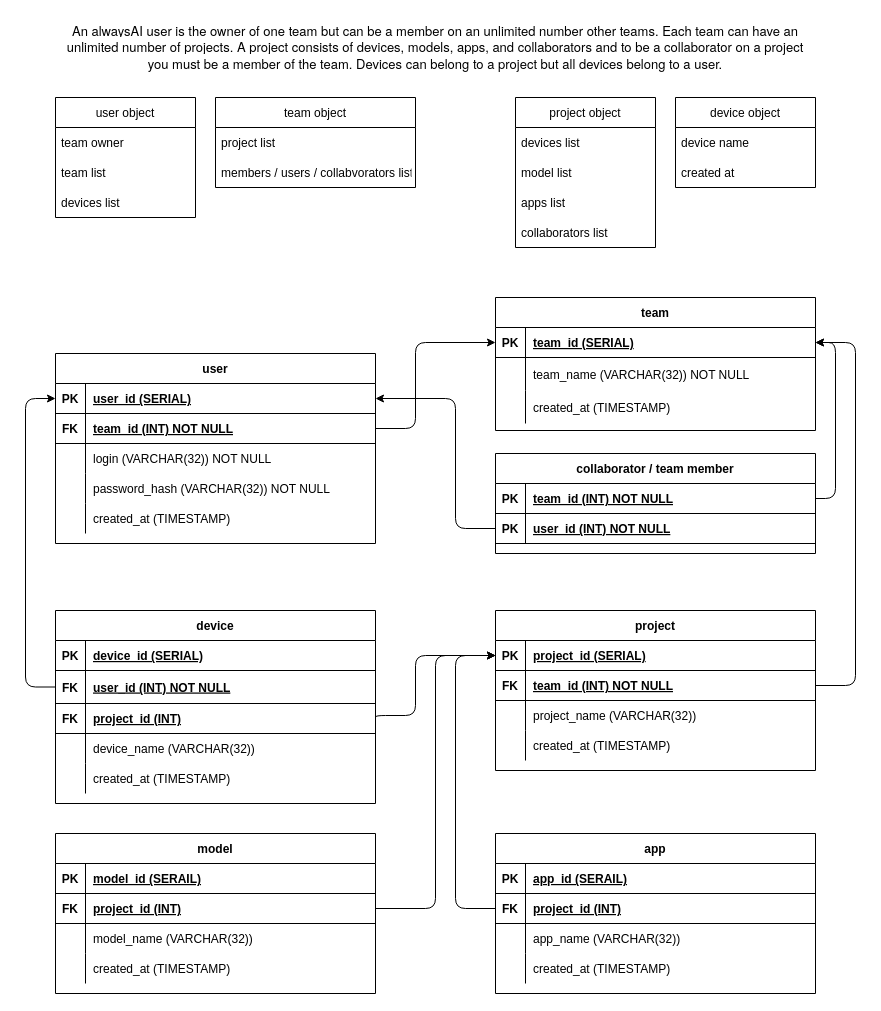
The draw.io diagram docs/aai_db_tables.drawio in alexbigkid/aai_job, before the edit. Source tidied: cells renumbered, new cells numbered last; positions are measured from the earlier drawing's top-left corner, leaving out a move shared by most shapes. Both pictures are drawn from the tidied source at 100%, with x=0, y=0 at pixel (25, 17).
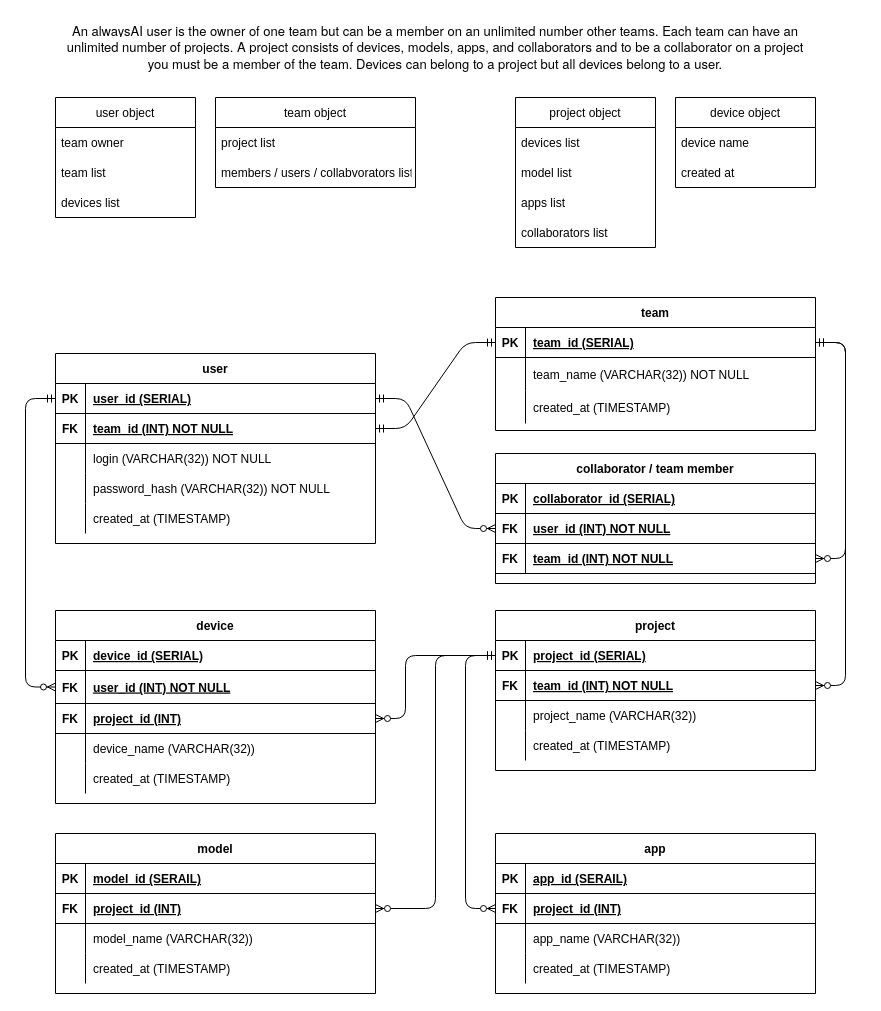
After the change.

Commit message (it also covers changes not shown here):
d updated table relationships

Unchanged cells that the change refers to:
```xml
<mxCell id="3" style="shape=partialRectangle;fillColor=none;top=0;left=0;bottom=1;right=0;points=[[0,0.5],[1,0.5]];portConstraint=eastwest;" parent="2" vertex="1">
  <mxGeometry y="30" width="320" height="30" as="geometry" />
</mxCell>
<mxCell id="6" style="shape=partialRectangle;fillColor=none;top=0;left=0;bottom=1;right=0;points=[[0,0.5],[1,0.5]];portConstraint=eastwest;" parent="2" vertex="1">
  <mxGeometry y="60" width="320" height="30" as="geometry" />
</mxCell>
<mxCell id="19" style="shape=partialRectangle;fillColor=none;top=0;left=0;bottom=1;right=0;points=[[0,0.5],[1,0.5]];portConstraint=eastwest;" parent="18" vertex="1">
  <mxGeometry y="30" width="320" height="30" as="geometry" />
</mxCell>
<mxCell id="29" style="shape=partialRectangle;fillColor=none;top=0;left=0;bottom=1;right=0;points=[[0,0.5],[1,0.5]];portConstraint=eastwest;" parent="28" vertex="1">
  <mxGeometry y="30" width="320" height="30" as="geometry" />
</mxCell>
<mxCell id="32" style="shape=partialRectangle;fillColor=none;top=0;left=0;bottom=1;right=0;points=[[0,0.5],[1,0.5]];portConstraint=eastwest;" parent="28" vertex="1">
  <mxGeometry y="60" width="320" height="30" as="geometry" />
</mxCell>
<mxCell id="47" style="shape=partialRectangle;fillColor=none;top=0;left=0;bottom=1;right=0;points=[[0,0.5],[1,0.5]];portConstraint=eastwest;" parent="43" vertex="1">
  <mxGeometry y="60" width="320" height="33" as="geometry" />
</mxCell>
<mxCell id="50" style="shape=partialRectangle;fillColor=none;top=0;left=0;bottom=1;right=0;points=[[0,0.5],[1,0.5]];portConstraint=eastwest;" parent="43" vertex="1">
  <mxGeometry y="93" width="320" height="30" as="geometry" />
</mxCell>
<mxCell id="79" style="shape=partialRectangle;fillColor=none;top=0;left=0;bottom=1;right=0;points=[[0,0.5],[1,0.5]];portConstraint=eastwest;" parent="75" vertex="1">
  <mxGeometry y="60" width="320" height="30" as="geometry" />
</mxCell>
<mxCell id="92" style="shape=partialRectangle;fillColor=none;top=0;left=0;bottom=1;right=0;points=[[0,0.5],[1,0.5]];portConstraint=eastwest;" parent="88" vertex="1">
  <mxGeometry y="60" width="320" height="30" as="geometry" />
</mxCell>
<mxCell id="106" style="shape=partialRectangle;fillColor=none;top=0;left=0;bottom=1;right=0;points=[[0,0.5],[1,0.5]];portConstraint=eastwest;" parent="105" vertex="1">
  <mxGeometry y="30" width="320" height="30" as="geometry" />
</mxCell>
<mxCell id="109" style="shape=partialRectangle;fillColor=none;top=0;left=0;bottom=1;right=0;points=[[0,0.5],[1,0.5]];portConstraint=eastwest;" parent="105" vertex="1">
  <mxGeometry y="60" width="320" height="30" as="geometry" />
</mxCell>
```

Change to the diagram source:
```diff
@@
-    <mxCell id="42" style="edgeStyle=orthogonalEdgeStyle;html=1;exitX=1;exitY=0.5;exitDx=0;exitDy=0;entryX=0;entryY=0.5;entryDx=0;entryDy=0;" parent="1" edge="1" source="6" target="19">
-      <mxGeometry relative="1" as="geometry">
-        <Array as="points">
-          <mxPoint x="390" y="411" />
-          <mxPoint x="390" y="325" />
-        </Array>
-      </mxGeometry>
-    </mxCell>
@@
-    <mxCell id="59" style="edgeStyle=orthogonalEdgeStyle;html=1;exitX=0;exitY=0.5;exitDx=0;exitDy=0;entryX=0;entryY=0.5;entryDx=0;entryDy=0;" parent="1" edge="1" source="47" target="3">
-      <mxGeometry relative="1" as="geometry">
-        <Array as="points">
-          <mxPoint y="670" />
-          <mxPoint y="381" />
-        </Array>
-      </mxGeometry>
-    </mxCell>
@@
-    <mxCell id="101" style="edgeStyle=orthogonalEdgeStyle;html=1;exitX=0;exitY=0.5;exitDx=0;exitDy=0;entryX=0;entryY=0.5;entryDx=0;entryDy=0;" parent="1" edge="1" source="92" target="29">
-      <mxGeometry relative="1" as="geometry">
-        <Array as="points">
-          <mxPoint x="430" y="891" />
-          <mxPoint x="430" y="638" />
-        </Array>
-      </mxGeometry>
-    </mxCell>
-    <mxCell id="102" style="edgeStyle=orthogonalEdgeStyle;html=1;exitX=1;exitY=0.5;exitDx=0;exitDy=0;entryX=0;entryY=0.5;entryDx=0;entryDy=0;" parent="1" edge="1" source="79" target="29">
-      <mxGeometry relative="1" as="geometry">
-        <Array as="points">
-          <mxPoint x="410" y="891" />
-          <mxPoint x="410" y="638" />
-        </Array>
-      </mxGeometry>
-    </mxCell>
-    <mxCell id="103" style="edgeStyle=orthogonalEdgeStyle;html=1;exitX=1;exitY=0.5;exitDx=0;exitDy=0;entryX=0;entryY=0.5;entryDx=0;entryDy=0;" parent="1" edge="1" source="50" target="29">
-      <mxGeometry relative="1" as="geometry">
-        <Array as="points">
-          <mxPoint x="390" y="698" />
-          <mxPoint x="390" y="638" />
-        </Array>
-      </mxGeometry>
-    </mxCell>
-    <mxCell id="104" style="edgeStyle=orthogonalEdgeStyle;html=1;exitX=1;exitY=0.5;exitDx=0;exitDy=0;entryX=1;entryY=0.5;entryDx=0;entryDy=0;" parent="1" edge="1" source="32" target="19">
-      <mxGeometry relative="1" as="geometry">
-        <Array as="points">
-          <mxPoint x="830" y="668" />
-          <mxPoint x="830" y="325" />
-        </Array>
-      </mxGeometry>
-    </mxCell>
     <mxCell id="105" value="collaborator / team member" style="shape=table;startSize=30;childLayout=tableLayout;rowLines=0;fontStyle=1;align=center;" parent="1" vertex="1">
-      <mxGeometry x="470" y="436" width="320" height="100" as="geometry" />
+      <mxGeometry x="470" y="436" width="320" height="130" as="geometry" />
     </mxCell>
@@
-    <mxCell id="108" value="team_id (INT) NOT NULL" style="shape=partialRectangle;fillColor=none;top=0;left=0;bottom=0;right=0;align=left;spacingLeft=6;fontStyle=5;overflow=hidden;" parent="106" vertex="1">
+    <mxCell id="108" value="collaborator_id (SERIAL)" style="shape=partialRectangle;fillColor=none;top=0;left=0;bottom=0;right=0;align=left;spacingLeft=6;fontStyle=5;overflow=hidden;" parent="106" vertex="1">
       <mxGeometry x="30" width="290" height="30" as="geometry" />
     </mxCell>
@@
-    <mxCell id="110" value="PK" style="shape=partialRectangle;fillColor=none;top=0;left=0;bottom=0;right=0;fontStyle=1;overflow=hidden;" parent="109" vertex="1">
+    <mxCell id="110" value="FK" style="shape=partialRectangle;fillColor=none;top=0;left=0;bottom=0;right=0;fontStyle=1;overflow=hidden;" parent="109" vertex="1">
       <mxGeometry width="30" height="30" as="geometry" />
     </mxCell>
@@
-    <mxCell id="112" style="edgeStyle=orthogonalEdgeStyle;html=1;exitX=0;exitY=0.5;exitDx=0;exitDy=0;entryX=1;entryY=0.5;entryDx=0;entryDy=0;" parent="1" edge="1" source="109" target="3">
-      <mxGeometry relative="1" as="geometry">
-        <Array as="points">
-          <mxPoint x="430" y="511" />
-          <mxPoint x="430" y="381" />
-        </Array>
-      </mxGeometry>
-    </mxCell>
-    <mxCell id="113" style="edgeStyle=orthogonalEdgeStyle;html=1;exitX=1;exitY=0.5;exitDx=0;exitDy=0;entryX=1;entryY=0.5;entryDx=0;entryDy=0;" parent="1" edge="1" source="106" target="19">
-      <mxGeometry relative="1" as="geometry">
-        <Array as="points">
-          <mxPoint x="810" y="481" />
-          <mxPoint x="810" y="325" />
-        </Array>
-      </mxGeometry>
-    </mxCell>
+    <mxCell id="114" style="shape=partialRectangle;fillColor=none;top=0;left=0;bottom=1;right=0;points=[[0,0.5],[1,0.5]];portConstraint=eastwest;" parent="105" vertex="1">
+      <mxGeometry y="90" width="320" height="30" as="geometry" />
+    </mxCell>
+    <mxCell id="115" value="FK" style="shape=partialRectangle;fillColor=none;top=0;left=0;bottom=0;right=0;fontStyle=1;overflow=hidden;" parent="114" vertex="1">
+      <mxGeometry width="30" height="30" as="geometry" />
+    </mxCell>
+    <mxCell id="116" value="team_id (INT) NOT NULL" style="shape=partialRectangle;fillColor=none;top=0;left=0;bottom=0;right=0;align=left;spacingLeft=6;fontStyle=5;overflow=hidden;" parent="114" vertex="1">
+      <mxGeometry x="30" width="290" height="30" as="geometry" />
+    </mxCell>
+    <mxCell id="117" style="edgeStyle=orthogonalEdgeStyle;fontSize=12;html=1;endArrow=ERzeroToMany;startArrow=ERmandOne;exitX=0;exitY=0.5;exitDx=0;exitDy=0;entryX=0;entryY=0.5;entryDx=0;entryDy=0;" parent="1" edge="1" source="3" target="47">
+      <mxGeometry relative="1" as="geometry">
+        <Array as="points">
+          <mxPoint y="381" />
+          <mxPoint y="670" />
+        </Array>
+      </mxGeometry>
+    </mxCell>
+    <mxCell id="42" style="edgeStyle=entityRelationEdgeStyle;fontSize=12;html=1;endArrow=ERmandOne;startArrow=ERmandOne;entryX=0;entryY=0.5;entryDx=0;entryDy=0;exitX=1;exitY=0.5;exitDx=0;exitDy=0;" parent="1" edge="1" source="6" target="19">
+      <mxGeometry relative="1" as="geometry" />
+    </mxCell>
+    <mxCell id="118" style="edgeStyle=entityRelationEdgeStyle;fontSize=12;html=1;endArrow=ERzeroToMany;startArrow=ERmandOne;exitX=1;exitY=0.5;exitDx=0;exitDy=0;entryX=0;entryY=0.5;entryDx=0;entryDy=0;" parent="1" edge="1" source="3" target="109">
+      <mxGeometry relative="1" as="geometry" />
+    </mxCell>
+    <mxCell id="119" style="edgeStyle=entityRelationEdgeStyle;fontSize=12;html=1;endArrow=ERzeroToMany;startArrow=ERmandOne;exitX=1;exitY=0.5;exitDx=0;exitDy=0;entryX=1;entryY=0.5;entryDx=0;entryDy=0;" parent="1" edge="1" source="19" target="114">
+      <mxGeometry relative="1" as="geometry" />
+    </mxCell>
+    <mxCell id="120" style="edgeStyle=entityRelationEdgeStyle;fontSize=12;html=1;endArrow=ERzeroToMany;startArrow=ERmandOne;entryX=1;entryY=0.5;entryDx=0;entryDy=0;exitX=1;exitY=0.5;exitDx=0;exitDy=0;" parent="1" edge="1" source="19" target="32">
+      <mxGeometry relative="1" as="geometry" />
+    </mxCell>
+    <mxCell id="121" style="edgeStyle=orthogonalEdgeStyle;fontSize=12;html=1;endArrow=ERzeroToMany;startArrow=ERmandOne;entryX=0;entryY=0.5;entryDx=0;entryDy=0;exitX=0;exitY=0.5;exitDx=0;exitDy=0;" parent="1" edge="1" source="29" target="92">
+      <mxGeometry relative="1" as="geometry">
+        <Array as="points">
+          <mxPoint x="440" y="638" />
+          <mxPoint x="440" y="891" />
+        </Array>
+      </mxGeometry>
+    </mxCell>
+    <mxCell id="122" style="edgeStyle=orthogonalEdgeStyle;fontSize=12;html=1;endArrow=ERzeroToMany;startArrow=ERmandOne;entryX=1;entryY=0.5;entryDx=0;entryDy=0;exitX=0;exitY=0.5;exitDx=0;exitDy=0;" parent="1" edge="1" source="29" target="79">
+      <mxGeometry relative="1" as="geometry">
+        <Array as="points">
+          <mxPoint x="410" y="638" />
+          <mxPoint x="410" y="891" />
+        </Array>
+      </mxGeometry>
+    </mxCell>
+    <mxCell id="123" style="edgeStyle=orthogonalEdgeStyle;fontSize=12;html=1;endArrow=ERzeroToMany;startArrow=ERmandOne;entryX=1;entryY=0.5;entryDx=0;entryDy=0;exitX=0;exitY=0.5;exitDx=0;exitDy=0;" parent="1" edge="1" source="29" target="50">
+      <mxGeometry relative="1" as="geometry">
+        <Array as="points">
+          <mxPoint x="380" y="638" />
+          <mxPoint x="380" y="701" />
+        </Array>
+      </mxGeometry>
+    </mxCell>
```
